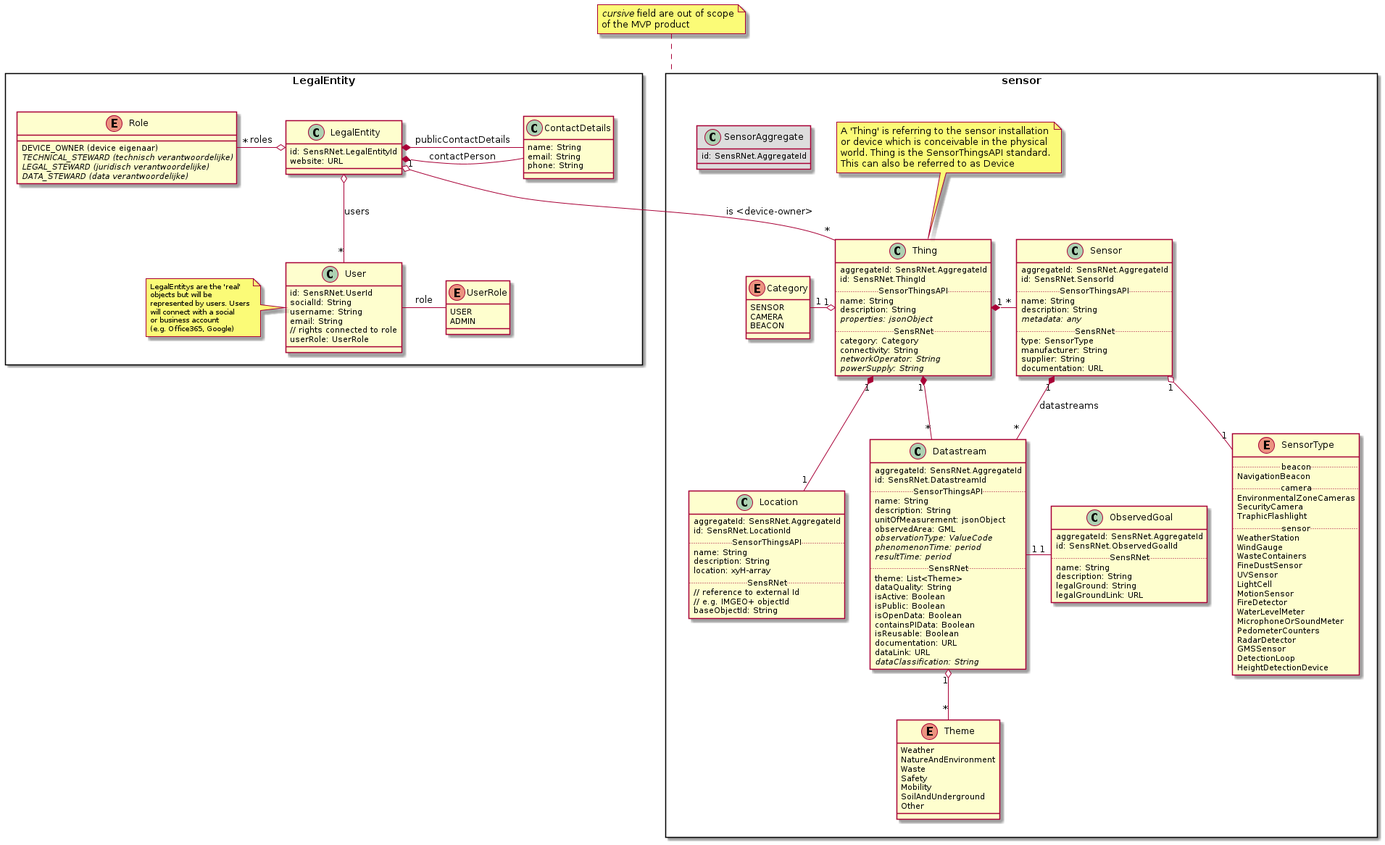
kadaster-labs/sensrnet-home keeps this PlantUML diagram as docs/img/SensRNet-Datamodel-SensorView.png. Above is the earlier version.
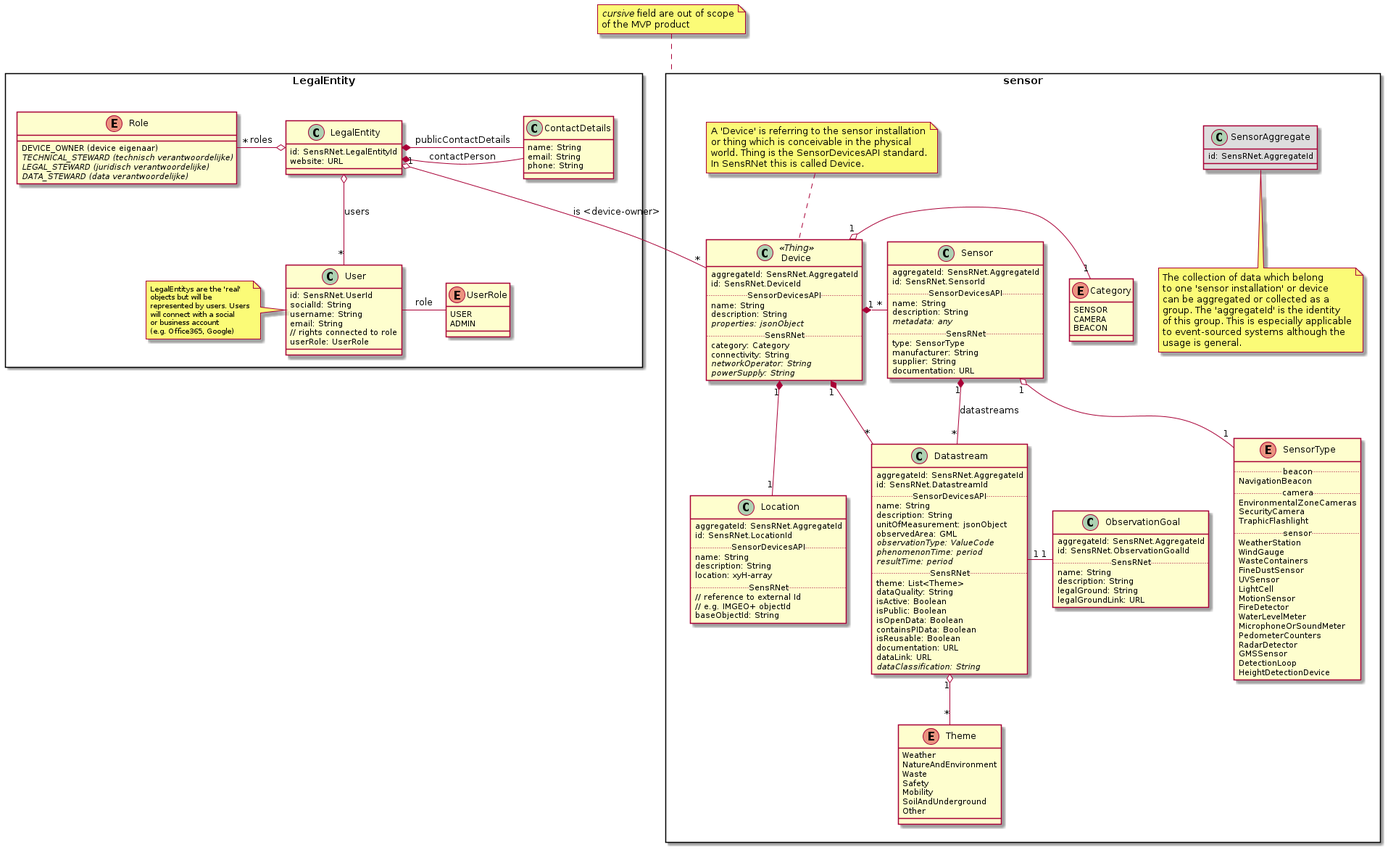
The same diagram one commit later.

Change to the diagram source:
```diff
@@ -58,12 +58,22 @@
         id: SensRNet.AggregateId
     }
 
+    note bottom
+        The collection of data which belong
+        to one 'sensor installation' or device
+        can be aggregated or collected as a
+        group. The 'aggregateId' is the identity
+        of this group. This is especially applicable
+        to event-sourced systems although the
+        usage is general.
+    end note
+
     together {
 
-        class Thing {
+        class Device <<Thing>> {
             aggregateId: SensRNet.AggregateId
-            id: SensRNet.ThingId
-            .. SensorThingsAPI ..
+            id: SensRNet.DeviceId
+            .. SensorDevicesAPI ..
             name: String
             description: String
             {abstract} properties: jsonObject
@@ -74,17 +84,17 @@
             {abstract} powerSupply: String
         }
 
-        note top of Thing
-          A 'Thing' is referring to the sensor installation
-          or device which is conceivable in the physical
-          world. Thing is the SensorThingsAPI standard.
-          This can also be referred to as Device
+        note top of Device
+          A 'Device' is referring to the sensor installation
+          or thing which is conceivable in the physical
+          world. Thing is the SensorDevicesAPI standard.
+          In SensRNet this is called Device.
         end note
 
         class Sensor {
             aggregateId: SensRNet.AggregateId
             id: SensRNet.SensorId
-            .. SensorThingsAPI ..
+            .. SensorDevicesAPI ..
             name: String
             description: String
             {abstract} metadata: any
@@ -100,7 +110,7 @@
     class Datastream {
         aggregateId: SensRNet.AggregateId
         id: SensRNet.DatastreamId
-        .. SensorThingsAPI ..
+        .. SensorDevicesAPI ..
         name: String
         description: String
         unitOfMeasurement: jsonObject
@@ -121,9 +131,9 @@
         {abstract} dataClassification: String
     }
 
-    class ObservedGoal {
+    class ObservationGoal {
         aggregateId: SensRNet.AggregateId
-        id: SensRNet.ObservedGoalId
+        id: SensRNet.ObservationGoalId
         .. SensRNet ..
         name: String
         description: String
@@ -134,7 +144,7 @@
     class Location {
         aggregateId: SensRNet.AggregateId
         id: SensRNet.LocationId
-        .. SensorThingsAPI ..
+        .. SensorDevicesAPI ..
         name: String
         description: String
         location: xyH-array
@@ -185,20 +195,20 @@
         HeightDetectionDevice
     }
 
-    Thing "1" *- "*" Sensor
+    Device "1" *- "*" Sensor
 
-    Thing "1" o- "1" Category
-    Thing "1" *-- "1" Location
-    Thing "1" *-- "*" Datastream
+    Device "1" o- "1" Category
+    Device "1" *-- "1" Location
+    Device "1" *-- "*" Datastream
 
     Sensor "1" *-- "*" Datastream : datastreams
     Sensor "1" o-- "1" SensorType
 
-    Datastream "1" - "1" ObservedGoal
+    Datastream "1" - "1" ObservationGoal
     Datastream "1" o-- "*" Theme
 }
 
-LegalEntity "1" o-- "*" Thing : is <device-owner>
+LegalEntity "1" o-- "*" Device : is <device-owner>
 
 note top of sensor
     <i>cursive</i> field are out of scope
```
